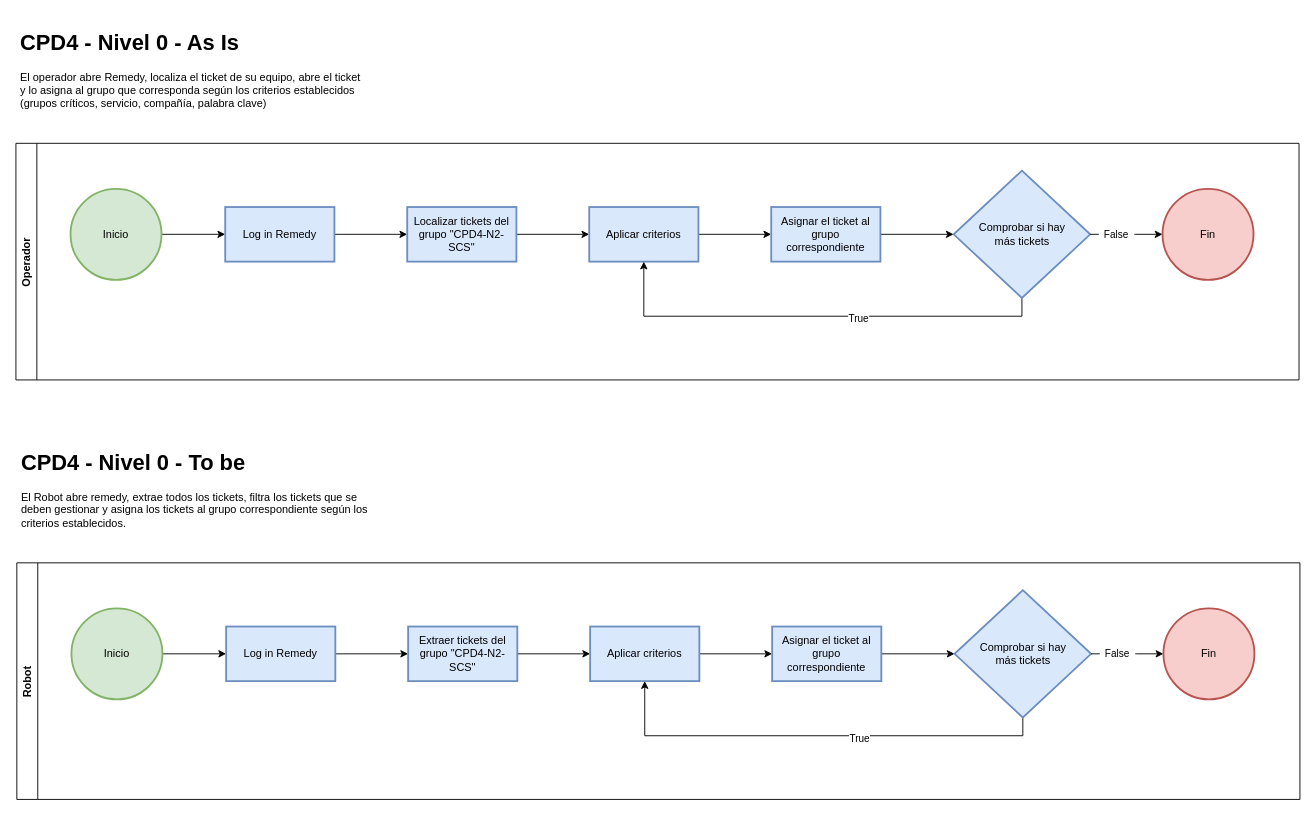
Earlier version of the draw.io diagram 2022-08-17 CPD4.drawio (icasadev/icasadev.github.io). Source tidied: cells renumbered, new cells numbered last; positions are measured from the earlier drawing's top-left corner, leaving out a move shared by most shapes. Both pictures are drawn from the tidied source at 91%, with x=0, y=0 at pixel (15, 25).
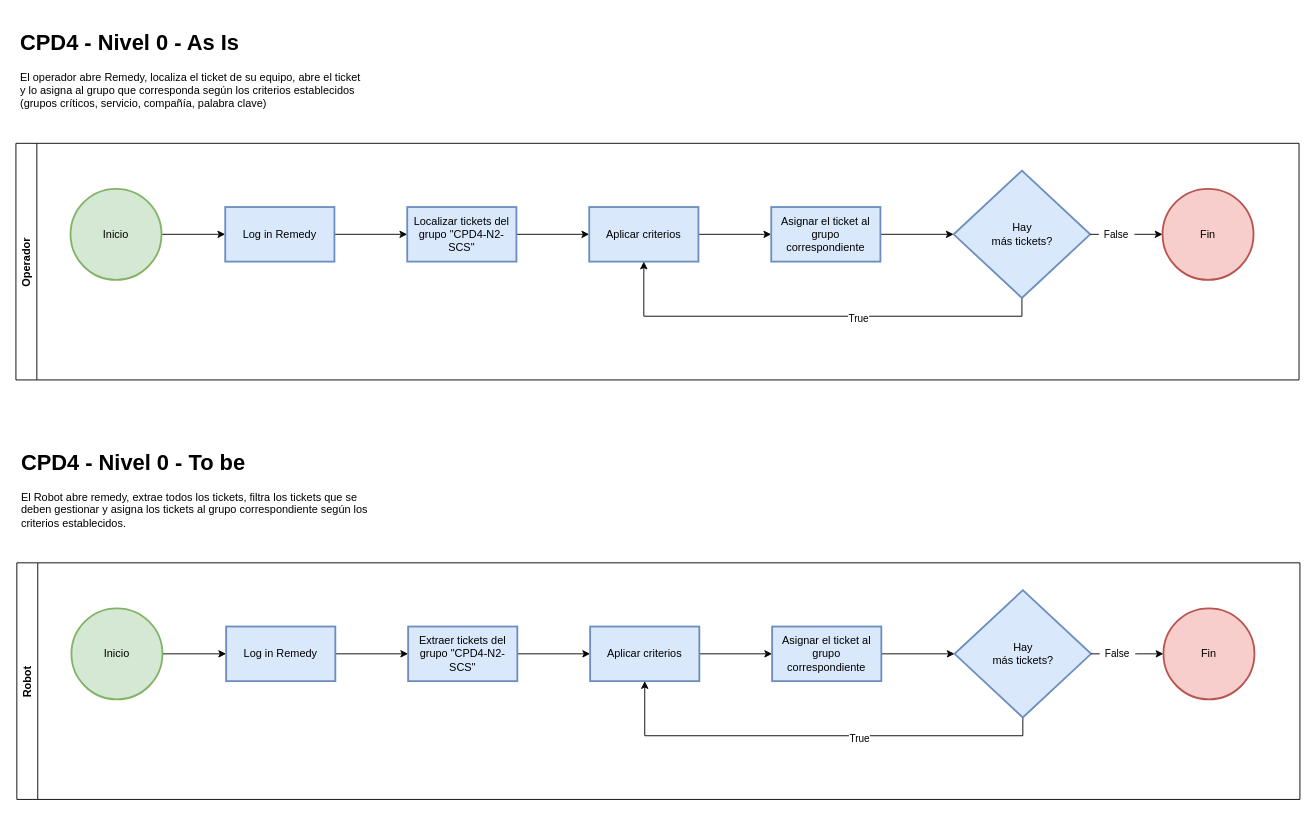
The same diagram, later.

The change refers to these unchanged cells:
```xml
<mxCell id="2" value="Operador" style="swimlane;horizontal=0;startSize=23;" parent="1" vertex="1">
  <mxGeometry y="130" width="1410" height="260" as="geometry" />
</mxCell>
<mxCell id="21" value="Robot" style="swimlane;horizontal=0;startSize=23;" parent="1" vertex="1">
  <mxGeometry x="1" y="591" width="1410" height="260" as="geometry" />
</mxCell>
```

Diff of the diagram source:
```diff
@@
-    <mxCell id="16" value="Comprobar si hay&lt;br&gt;más tickets" style="rhombus;whiteSpace=wrap;html=1;fillColor=#dae8fc;strokeColor=#6c8ebf;strokeWidth=2;" parent="2" vertex="1">
+    <mxCell id="16" value="Hay&lt;br&gt;más tickets?" style="rhombus;whiteSpace=wrap;html=1;fillColor=#dae8fc;strokeColor=#6c8ebf;strokeWidth=2;" parent="2" vertex="1">
       <mxGeometry x="1030.5" y="30" width="150" height="140" as="geometry" />
     </mxCell>
@@
-    <mxCell id="35" value="Comprobar si hay&lt;br&gt;más tickets" style="rhombus;whiteSpace=wrap;html=1;fillColor=#dae8fc;strokeColor=#6c8ebf;strokeWidth=2;" parent="21" vertex="1">
+    <mxCell id="35" value="Hay&lt;br&gt;más tickets?" style="rhombus;whiteSpace=wrap;html=1;fillColor=#dae8fc;strokeColor=#6c8ebf;strokeWidth=2;" parent="21" vertex="1">
       <mxGeometry x="1030.5" y="30" width="150" height="140" as="geometry" />
     </mxCell>
```
